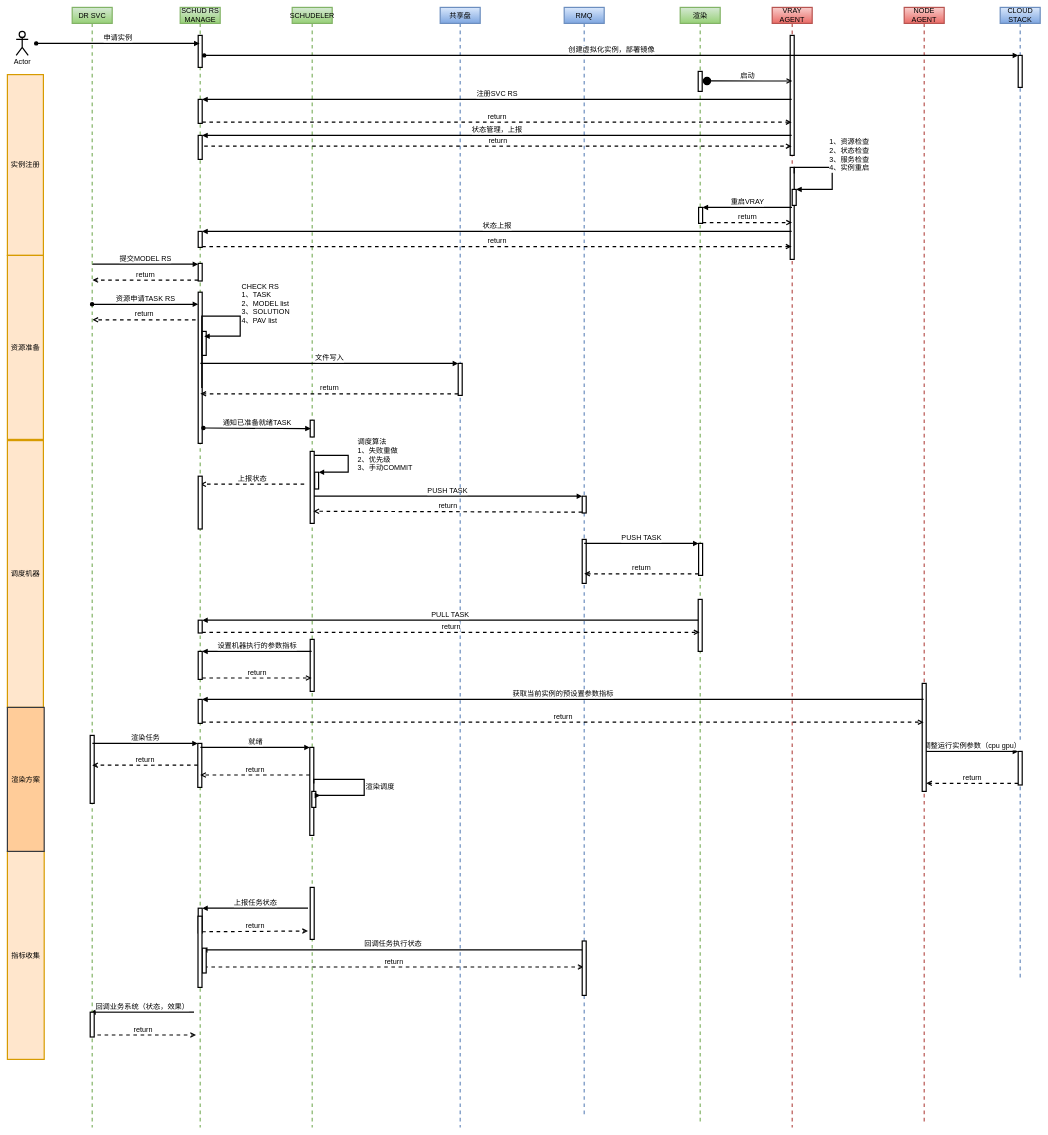
This is 平台2.0/云渲染调度时序图.drawio from Msimplehub/abbysun, a draw.io file, before an edit. Source tidied: cells renumbered, new cells numbered last; positions are measured from the earlier drawing's top-left corner, leaving out a move shared by most shapes. Both pictures are drawn from the tidied source at 40%, with x=0, y=0 at pixel (7, 7).
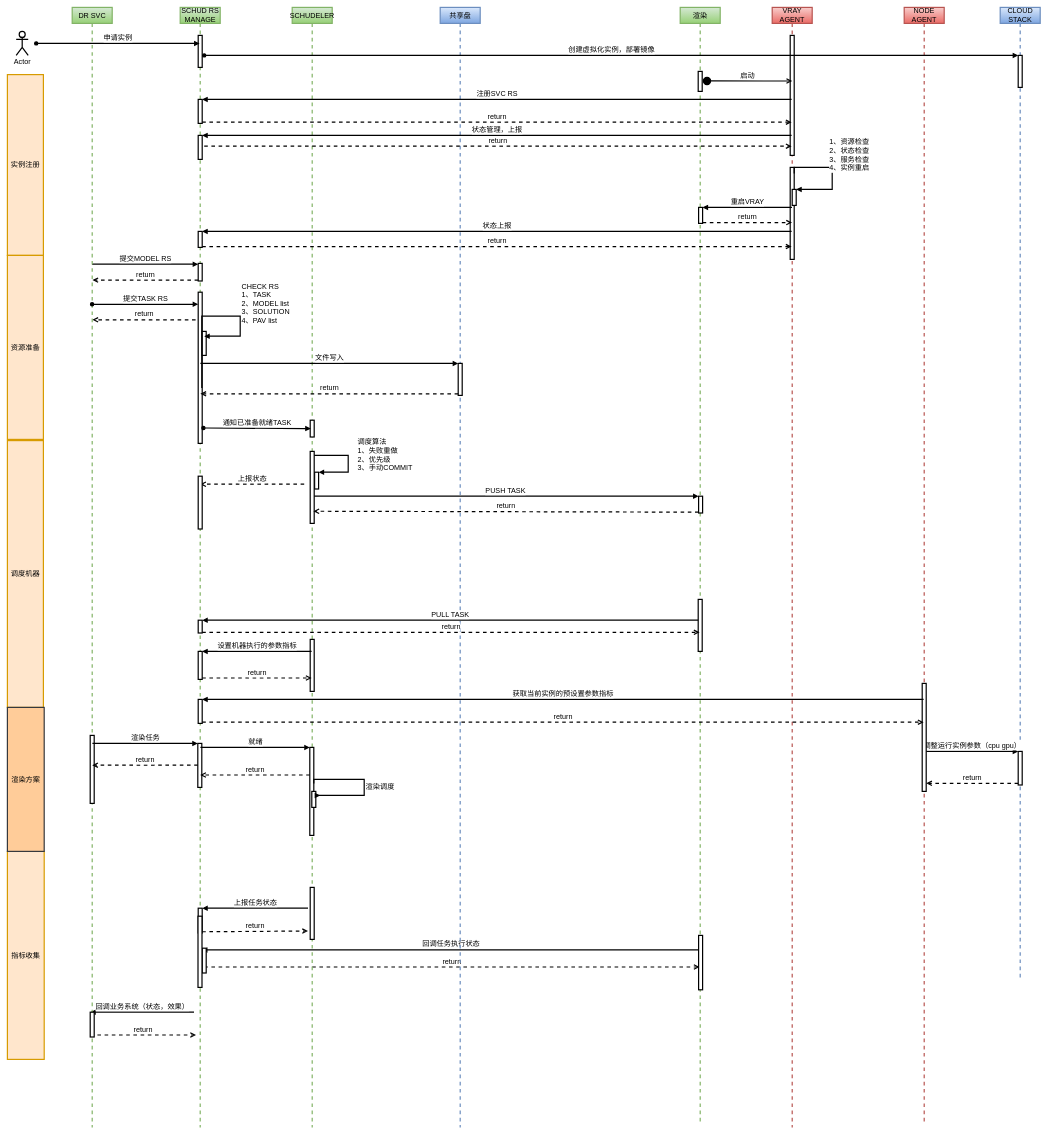
Above is the later version.

Commit message (it also covers changes not shown here):
Update 云渲染调度时序图.drawio

Unchanged cells that the change refers to:
```xml
<mxCell id="17" value="VRAY AGENT" style="shape=umlLifeline;perimeter=lifelinePerimeter;whiteSpace=wrap;html=1;fillColor=#f8cecc;strokeWidth=3;fontSize=18;strokeColor=#b85450;gradientColor=#ea6b66;" parent="1" vertex="1">
  <mxGeometry x="1912" width="100" height="2800" as="geometry" />
</mxCell>
<mxCell id="58" value="渲染" style="shape=umlLifeline;perimeter=lifelinePerimeter;whiteSpace=wrap;html=1;outlineConnect=0;fillColor=#d5e8d4;strokeWidth=3;fontSize=18;strokeColor=#82b366;gradientColor=#97d077;" parent="17" vertex="1">
  <mxGeometry x="-230" width="100" height="2790" as="geometry" />
</mxCell>
```

Diff of the diagram source:
```diff
@@
-    <mxCell id="8" value="回调任务执行状态" style="html=1;verticalAlign=bottom;endArrow=block;rounded=0;entryX=0.943;entryY=0.329;entryDx=0;entryDy=0;entryPerimeter=0;strokeWidth=3;fontSize=18;" parent="1" edge="1">
+    <mxCell id="8" value="回调任务执行状态" style="html=1;verticalAlign=bottom;endArrow=block;rounded=0;entryX=0.943;entryY=0.329;entryDx=0;entryDy=0;entryPerimeter=0;strokeWidth=3;fontSize=18;" parent="1" edge="1" source="58">
       <mxGeometry relative="1" as="geometry">
-        <mxPoint x="1440.5" y="2356.4" as="sourcePoint" />
         <mxPoint x="486.4" y="2356.4" as="targetPoint" />
       </mxGeometry>
     </mxCell>
-    <mxCell id="9" value="return" style="html=1;verticalAlign=bottom;endArrow=open;dashed=1;endSize=8;rounded=0;strokeWidth=3;fontSize=18;" parent="1" edge="1">
+    <mxCell id="9" value="return" style="html=1;verticalAlign=bottom;endArrow=open;dashed=1;endSize=8;rounded=0;strokeWidth=3;fontSize=18;" parent="1" edge="1" target="58">
       <mxGeometry relative="1" as="geometry">
         <mxPoint x="492" y="2399" as="sourcePoint" />
-        <mxPoint x="1440.5" y="2399" as="targetPoint" />
       </mxGeometry>
     </mxCell>
@@
-    <mxCell id="54" value="RMQ" style="shape=umlLifeline;perimeter=lifelinePerimeter;whiteSpace=wrap;html=1;fontSize=18;strokeWidth=3;fillColor=#dae8fc;strokeColor=#6c8ebf;gradientColor=#7ea6e0;" parent="17" vertex="1">
-      <mxGeometry x="-520" width="100" height="2770" as="geometry" />
-    </mxCell>
-    <mxCell id="55" style="html=1;points=[];perimeter=orthogonalPerimeter;strokeWidth=3;fontSize=18;" parent="54" vertex="1">
-      <mxGeometry x="45" y="1222" width="10" height="42" as="geometry" />
-    </mxCell>
-    <mxCell id="56" style="html=1;perimeter=orthogonalPerimeter;fontSize=18;strokeWidth=3;" parent="54" vertex="1">
-      <mxGeometry x="45" y="1330" width="10" height="110" as="geometry" />
-    </mxCell>
-    <mxCell id="57" style="html=1;perimeter=orthogonalPerimeter;fontSize=18;strokeWidth=3;" parent="54" vertex="1">
-      <mxGeometry x="45" y="2334" width="10" height="136" as="geometry" />
-    </mxCell>
@@
-    <mxCell id="60" style="html=1;points=[];perimeter=orthogonalPerimeter;fontSize=18;strokeWidth=3;" parent="58" vertex="1">
-      <mxGeometry x="46" y="1340" width="10" height="80" as="geometry" />
-    </mxCell>
@@
+    <mxCell id="57" style="html=1;perimeter=orthogonalPerimeter;fontSize=18;strokeWidth=3;" parent="58" vertex="1">
+      <mxGeometry x="46" y="2320" width="10" height="136" as="geometry" />
+    </mxCell>
+    <mxCell id="55" style="html=1;points=[];perimeter=orthogonalPerimeter;strokeWidth=3;fontSize=18;" parent="58" vertex="1">
+      <mxGeometry x="46" y="1222" width="10" height="42" as="geometry" />
+    </mxCell>
@@
-    <mxCell id="70" value="资源申请TASK RS" style="html=1;verticalAlign=bottom;startArrow=oval;endArrow=block;startSize=8;rounded=0;exitX=0.497;exitY=0.326;exitDx=0;exitDy=0;exitPerimeter=0;strokeWidth=3;fontSize=18;" parent="17" edge="1">
+    <mxCell id="70" value="提交TASK RS" style="html=1;verticalAlign=bottom;startArrow=oval;endArrow=block;startSize=8;rounded=0;exitX=0.497;exitY=0.326;exitDx=0;exitDy=0;exitPerimeter=0;strokeWidth=3;fontSize=18;" parent="17" edge="1">
       <mxGeometry relative="1" as="geometry">
         <mxPoint x="-1700.3" y="742.2" as="sourcePoint" />
         <mxPoint x="-1435" y="742.2" as="targetPoint" />
       </mxGeometry>
     </mxCell>
@@
-    <mxCell id="86" value="PUSH TASK" style="html=1;verticalAlign=bottom;endArrow=block;entryX=0;entryY=0;rounded=0;fontSize=18;strokeWidth=3;" parent="1" edge="1" target="60">
-      <mxGeometry relative="1" as="geometry">
-        <mxPoint x="1442" y="1340" as="sourcePoint" />
-      </mxGeometry>
-    </mxCell>
-    <mxCell id="87" value="return" style="html=1;verticalAlign=bottom;endArrow=open;dashed=1;endSize=8;exitX=0;exitY=0.95;rounded=0;fontSize=18;strokeWidth=3;" parent="1" edge="1" source="60">
-      <mxGeometry relative="1" as="geometry">
-        <mxPoint x="1442" y="1416" as="targetPoint" />
-      </mxGeometry>
-    </mxCell>
```
